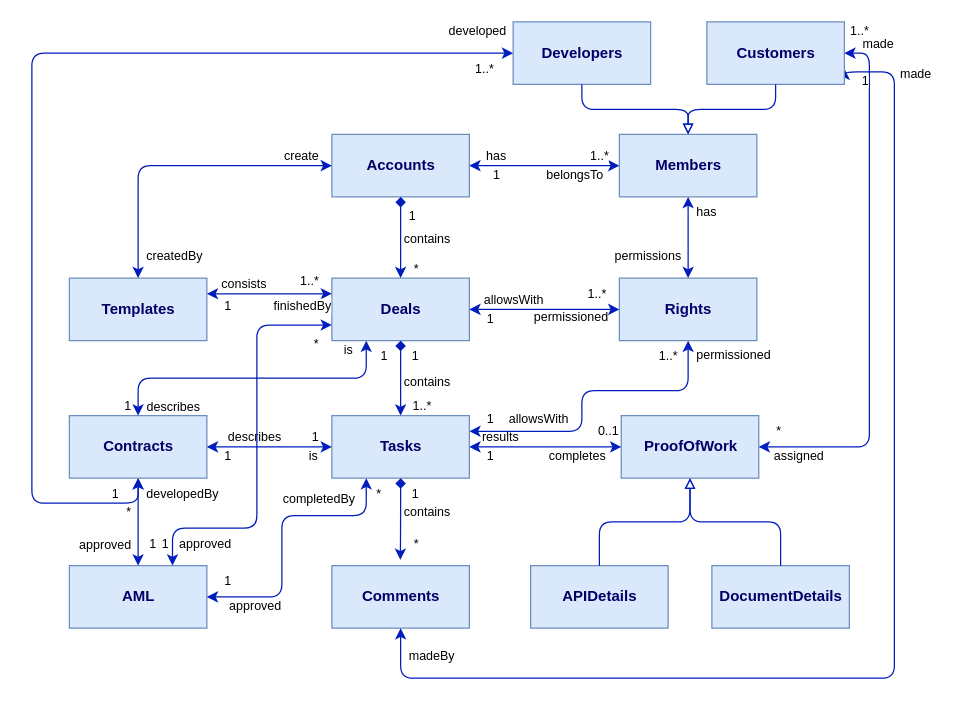
The draw.io diagram Untitled Diagram.drawio in wonderbeak/draw.io, before the edit. Source tidied: cells renumbered, new cells numbered last; positions are measured from the earlier drawing's top-left corner, leaving out a move shared by most shapes. Both pictures are drawn from the tidied source at 125%, with x=0, y=0 at pixel (31, 21).
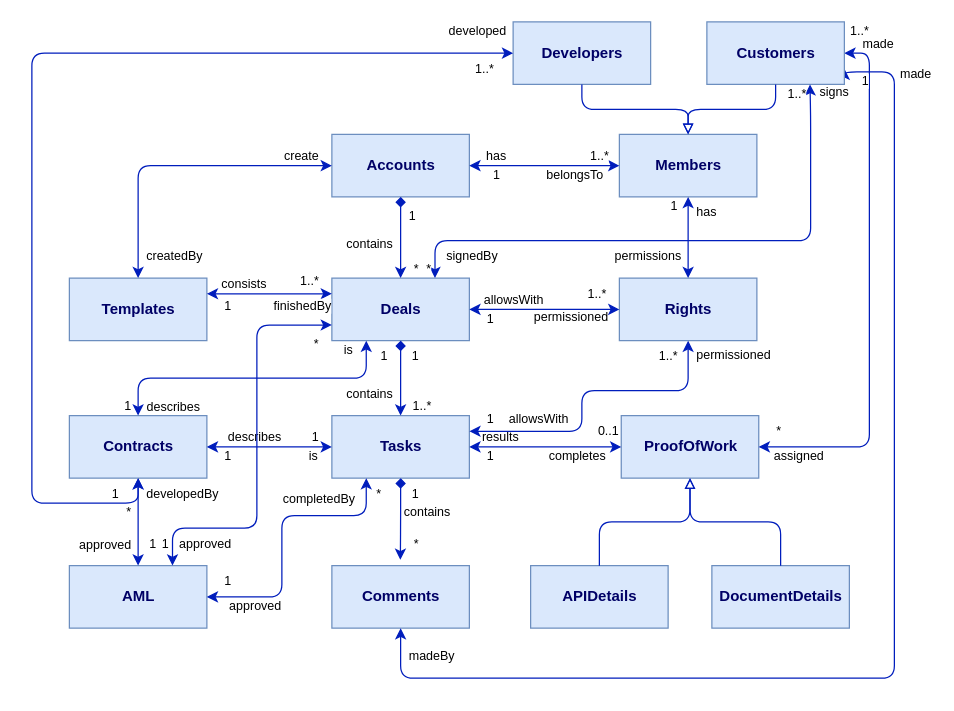
Above is the later version.

The change refers to these unchanged cells:
```xml
<mxCell id="2" value="Deals&lt;br&gt;" style="html=1;fillColor=#dae8fc;strokeColor=#6c8ebf;fontColor=#000066;fontStyle=1;" parent="1" vertex="1">
  <mxGeometry x="240" y="205" width="110" height="50" as="geometry" />
</mxCell>
<mxCell id="8" style="endArrow=classic;html=1;edgeStyle=orthogonalEdgeStyle;endFill=1;startArrow=diamond;startFill=1;fontColor=#000066;fillColor=#0050ef;strokeColor=#001DBC;exitX=0.5;exitY=1;exitDx=0;exitDy=0;entryX=0.5;entryY=0;entryDx=0;entryDy=0;" parent="1" edge="1" source="2" target="3">
  <mxGeometry relative="1" as="geometry" />
</mxCell>
<mxCell id="57" value="Customers" style="html=1;fillColor=#dae8fc;strokeColor=#6c8ebf;fontColor=#000066;fontStyle=1;" parent="1" vertex="1">
  <mxGeometry x="540" width="110" height="50" as="geometry" />
</mxCell>
<mxCell id="70" style="endArrow=classic;html=1;edgeStyle=orthogonalEdgeStyle;endFill=1;startArrow=diamond;startFill=1;fontColor=#000066;fillColor=#0050ef;strokeColor=#001DBC;exitX=0.5;exitY=1;exitDx=0;exitDy=0;entryX=0.5;entryY=0;entryDx=0;entryDy=0;" parent="1" edge="1" source="4" target="2">
  <mxGeometry relative="1" as="geometry" />
</mxCell>
```

The edit, as a diff of the source:
```diff
@@
     <mxCell id="9" value="contains" style="html=1;align=left;verticalAlign=bottom;labelBackgroundColor=#ffffff;fontSize=10;" parent="8" vertex="1">
       <mxGeometry x="-1" relative="1" as="geometry">
-        <mxPoint x="0.5" y="40.5" as="offset" />
+        <mxPoint x="-45" y="49.5" as="offset" />
       </mxGeometry>
     </mxCell>
@@
     <mxCell id="71" value="contains" style="html=1;align=left;verticalAlign=bottom;labelBackgroundColor=#ffffff;fontSize=10;" parent="70" vertex="1">
       <mxGeometry x="-1" relative="1" as="geometry">
-        <mxPoint x="0.5" y="40.5" as="offset" />
+        <mxPoint x="-45" y="44.5" as="offset" />
       </mxGeometry>
     </mxCell>
@@
+    <mxCell id="105" value="1" style="html=1;align=right;verticalAlign=bottom;labelBackgroundColor=#ffffff;fontSize=10;" parent="1" vertex="1">
+      <mxGeometry x="526.5" y="155" as="geometry">
+        <mxPoint x="-10" as="offset" />
+      </mxGeometry>
+    </mxCell>
+    <mxCell id="106" style="endArrow=classic;html=1;edgeStyle=orthogonalEdgeStyle;endFill=1;startArrow=classic;startFill=1;fontColor=#000066;fillColor=#0050ef;strokeColor=#001DBC;exitX=0.75;exitY=0;exitDx=0;exitDy=0;entryX=0.75;entryY=1;entryDx=0;entryDy=0;" parent="1" edge="1" source="2" target="57">
+      <mxGeometry relative="1" as="geometry">
+        <Array as="points">
+          <mxPoint x="323" y="175" />
+          <mxPoint x="623" y="175" />
+          <mxPoint x="623" y="75" />
+        </Array>
+      </mxGeometry>
+    </mxCell>
+    <mxCell id="107" value="signedBy" style="html=1;align=left;verticalAlign=bottom;labelBackgroundColor=#ffffff;fontSize=10;" parent="106" vertex="1">
+      <mxGeometry x="-1" relative="1" as="geometry">
+        <mxPoint x="7.5" y="-10.5" as="offset" />
+      </mxGeometry>
+    </mxCell>
+    <mxCell id="108" value="signs" style="html=1;align=right;verticalAlign=bottom;labelBackgroundColor=#ffffff;fontSize=10;" parent="106" vertex="1">
+      <mxGeometry x="1" relative="1" as="geometry">
+        <mxPoint x="31.5" y="14.5" as="offset" />
+      </mxGeometry>
+    </mxCell>
+    <mxCell id="109" value="1..*" style="html=1;align=right;verticalAlign=bottom;labelBackgroundColor=#ffffff;fontSize=10;" parent="1" vertex="1">
+      <mxGeometry x="630" y="65" as="geometry">
+        <mxPoint x="-10" as="offset" />
+      </mxGeometry>
+    </mxCell>
+    <mxCell id="110" value="*" style="html=1;align=right;verticalAlign=bottom;labelBackgroundColor=#ffffff;fontSize=10;" parent="1" vertex="1">
+      <mxGeometry x="330" y="205" as="geometry">
+        <mxPoint x="-10" as="offset" />
+      </mxGeometry>
+    </mxCell>
```
